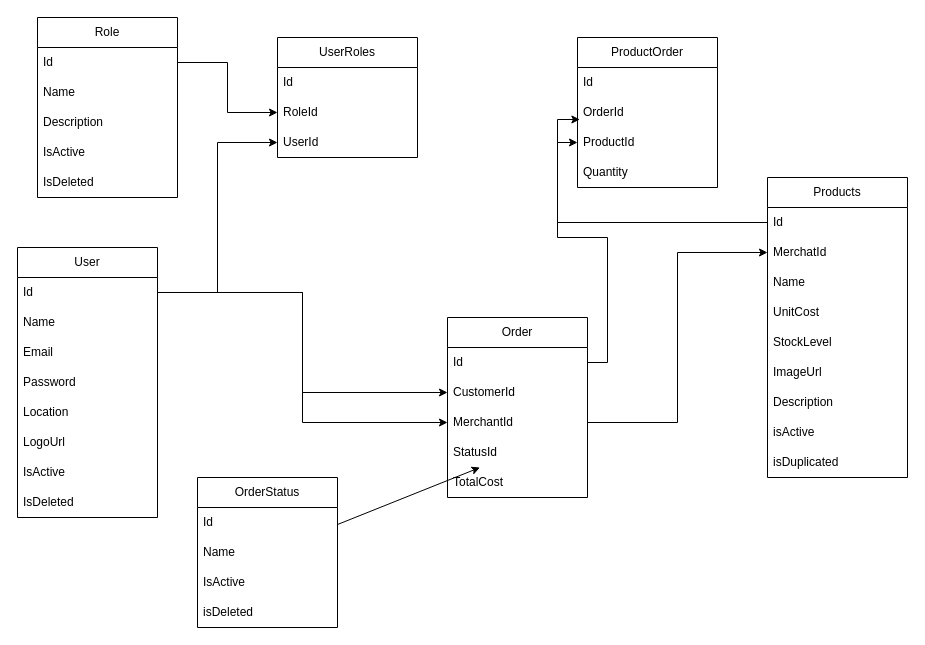
Before: ideation/zephyr_class_diagram.drawio in deaconTown/Zephyr, a draw.io diagram. Source tidied: cells renumbered, new cells numbered last; positions are measured from the earlier drawing's top-left corner, leaving out a move shared by most shapes. Both pictures are drawn from the tidied source at 100%, with x=0, y=0 at pixel (17, 17).
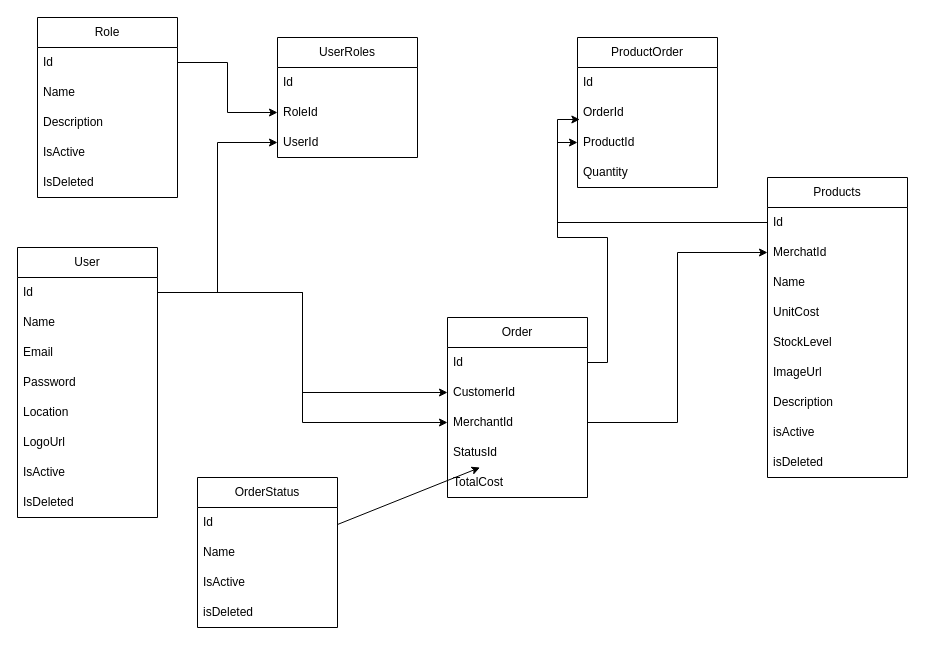
The same page after the edit.

Commit message:
fix(prisma): uml diagram from using isDuplicated to isDeleted

The change refers to these unchanged cells:
```xml
<mxCell id="11" value="Products" style="swimlane;fontStyle=0;horizontal=1;startSize=30;whiteSpace=wrap;html=1;" parent="1" vertex="1">
  <mxGeometry x="750" y="160" width="140" height="300" as="geometry" />
</mxCell>
```

What changed in the source:
```diff
@@
-    <mxCell id="20" value="isDuplicated" style="text;strokeColor=none;fillColor=none;align=left;verticalAlign=middle;spacingLeft=4;spacingRight=4;overflow=hidden;whiteSpace=wrap;html=1;" parent="11" vertex="1">
+    <mxCell id="20" value="isDeleted" style="text;strokeColor=none;fillColor=none;align=left;verticalAlign=middle;spacingLeft=4;spacingRight=4;overflow=hidden;whiteSpace=wrap;html=1;" parent="11" vertex="1">
       <mxGeometry y="270" width="140" height="30" as="geometry" />
     </mxCell>
```
